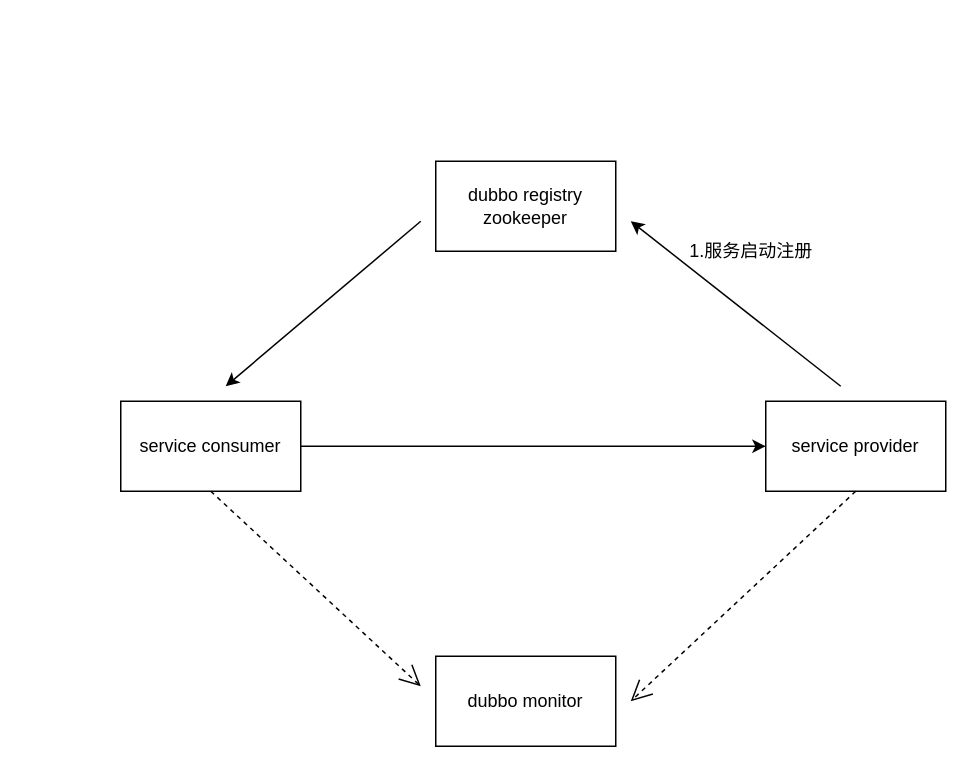
Earlier version of the draw.io diagram 绘图/dubbo.drawio (longjiangxue/blogImage). Source tidied: cells renumbered, new cells numbered last; positions are measured from the earlier drawing's top-left corner, leaving out a move shared by most shapes. Both pictures are drawn from the tidied source at 150%, with x=0, y=0 at pixel (120, 160).
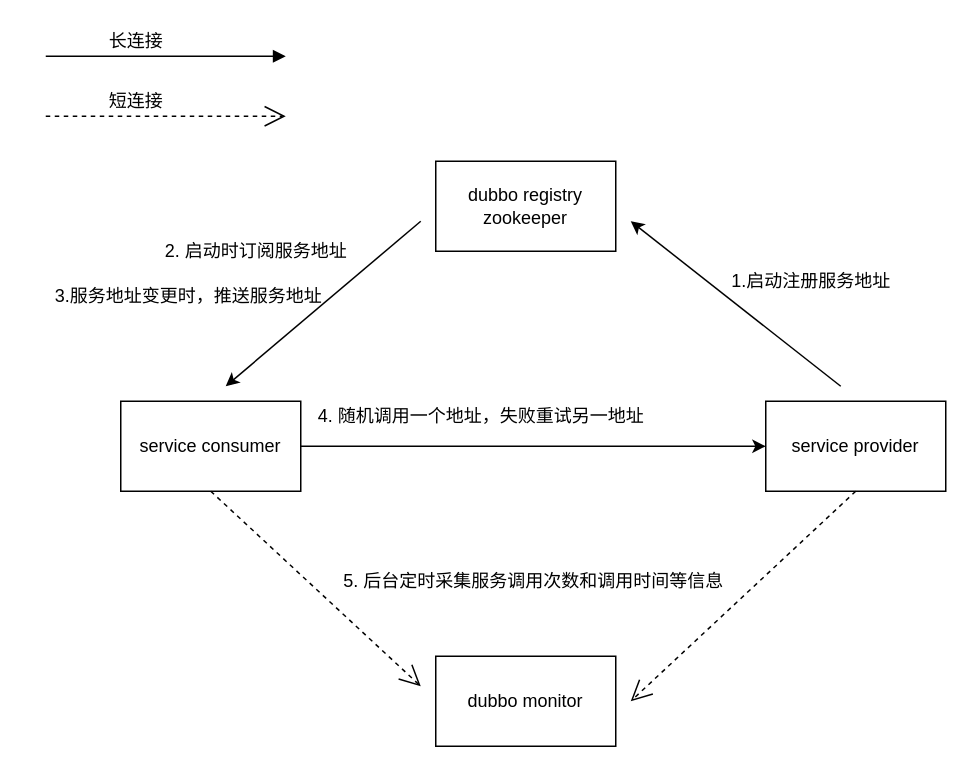
Above is the later version.

Diff of the diagram source:
```diff
@@
-    <mxCell id="11" value="1.服务启动注册" style="text;html=1;align=center;verticalAlign=middle;" parent="1" vertex="1">
-      <mxGeometry x="370" y="50" width="100" height="20" as="geometry" />
+    <mxCell id="11" value="1.启动注册服务地址" style="text;html=1;align=center;verticalAlign=middle;" parent="1" vertex="1">
+      <mxGeometry x="400" y="70" width="120" height="20" as="geometry" />
     </mxCell>
+    <mxCell id="12" value="2. 启动时订阅服务地址" style="text;html=1;align=center;verticalAlign=middle;" parent="1" vertex="1">
+      <mxGeometry x="20" y="50" width="140" height="20" as="geometry" />
+    </mxCell>
+    <mxCell id="13" value="3.服务地址变更时，推送服务地址" style="text;html=1;align=center;verticalAlign=middle;" parent="1" vertex="1">
+      <mxGeometry x="-50" y="80" width="190" height="20" as="geometry" />
+    </mxCell>
+    <mxCell id="14" value="4. 随机调用一个地址，失败重试另一地址" style="text;html=1;align=center;verticalAlign=middle;" parent="1" vertex="1">
+      <mxGeometry x="125" y="160" width="230" height="20" as="geometry" />
+    </mxCell>
+    <mxCell id="15" value="5. 后台定时采集服务调用次数和调用时间等信息" style="text;html=1;align=center;verticalAlign=middle;" parent="1" vertex="1">
+      <mxGeometry x="140" y="270" width="270" height="20" as="geometry" />
+    </mxCell>
+    <mxCell id="16" style="endArrow=block;endFill=1;html=1;edgeStyle=orthogonalEdgeStyle;align=left;verticalAlign=top;" parent="1" edge="1">
+      <mxGeometry x="-1" relative="1" as="geometry">
+        <mxPoint x="-50" y="-70" as="sourcePoint" />
+        <mxPoint x="110" y="-70" as="targetPoint" />
+      </mxGeometry>
+    </mxCell>
+    <mxCell id="17" style="endArrow=open;endSize=12;dashed=1;html=1;" parent="1" edge="1">
+      <mxGeometry relative="1" as="geometry">
+        <mxPoint x="-50" y="-30" as="sourcePoint" />
+        <mxPoint x="110" y="-30" as="targetPoint" />
+        <Array as="points">
+          <mxPoint x="40" y="-30" />
+        </Array>
+      </mxGeometry>
+    </mxCell>
+    <mxCell id="18" value="长连接" style="text;html=1;align=center;verticalAlign=middle;" parent="1" vertex="1">
+      <mxGeometry x="-15" y="-90" width="50" height="20" as="geometry" />
+    </mxCell>
+    <mxCell id="19" value="短连接" style="text;html=1;align=center;verticalAlign=middle;" parent="1" vertex="1">
+      <mxGeometry x="-15" y="-50" width="50" height="20" as="geometry" />
+    </mxCell>
```
